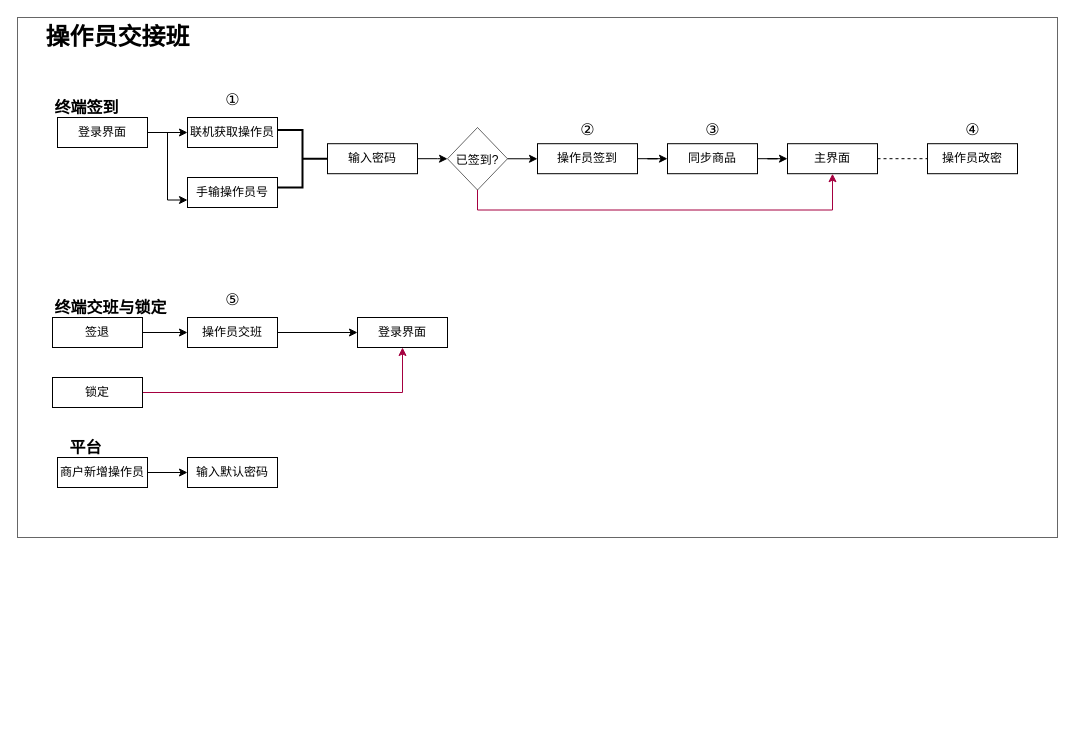
xin78693304/mycharts keeps this draw.io diagram as Untitled Diagram.drawio. Above is the earlier version. Source tidied: cells renumbered, new cells numbered last; positions are measured from the earlier drawing's top-left corner, leaving out a move shared by most shapes. Both pictures are drawn from the tidied source at 100%, with x=0, y=0 at pixel (17, 17).
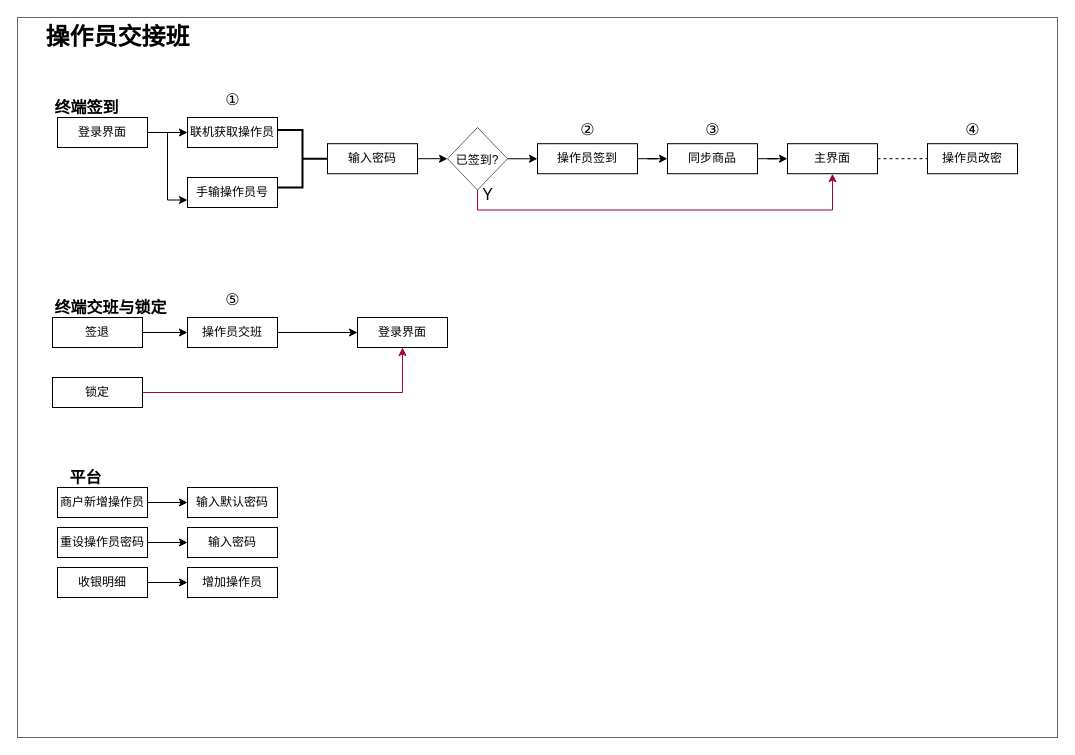
The same diagram, later.

Diff of the diagram source:
```diff
@@
     <mxCell id="2" style="rounded=0;whiteSpace=wrap;html=1;fillColor=none;opacity=60;glass=0;" parent="1" vertex="1">
-      <mxGeometry width="1040" height="520" as="geometry" />
+      <mxGeometry width="1040" height="720" as="geometry" />
     </mxCell>
@@
     <mxCell id="20" value="平台" style="text;strokeColor=none;fillColor=none;html=1;fontSize=16;fontStyle=1;verticalAlign=middle;align=center;" parent="1" vertex="1">
-      <mxGeometry x="35" y="420" width="65" height="20" as="geometry" />
+      <mxGeometry x="35" y="450" width="65" height="20" as="geometry" />
     </mxCell>
@@
     <mxCell id="22" value="商户新增操作员" style="rounded=0;whiteSpace=wrap;html=1;" parent="1" vertex="1">
-      <mxGeometry x="40" y="440" width="90" height="30" as="geometry" />
+      <mxGeometry x="40" y="470" width="90" height="30" as="geometry" />
     </mxCell>
     <mxCell id="23" value="输入默认密码" style="rounded=0;whiteSpace=wrap;html=1;" parent="1" vertex="1">
-      <mxGeometry x="170" y="440" width="90" height="30" as="geometry" />
+      <mxGeometry x="170" y="470" width="90" height="30" as="geometry" />
     </mxCell>
@@
+    <mxCell id="40" style="edgeStyle=orthogonalEdgeStyle;rounded=0;jettySize=auto;html=1;exitX=1;exitY=0.5;exitDx=0;exitDy=0;entryX=0;entryY=0.5;entryDx=0;entryDy=0;fontSize=16;" parent="1" edge="1" source="41" target="42">
+      <mxGeometry relative="1" as="geometry" />
+    </mxCell>
+    <mxCell id="41" value="重设操作员密码" style="rounded=0;whiteSpace=wrap;html=1;" parent="1" vertex="1">
+      <mxGeometry x="40" y="510" width="90" height="30" as="geometry" />
+    </mxCell>
+    <mxCell id="42" value="输入密码" style="rounded=0;whiteSpace=wrap;html=1;" parent="1" vertex="1">
+      <mxGeometry x="170" y="510" width="90" height="30" as="geometry" />
+    </mxCell>
+    <mxCell id="43" style="edgeStyle=orthogonalEdgeStyle;rounded=0;jettySize=auto;html=1;exitX=1;exitY=0.5;exitDx=0;exitDy=0;entryX=0;entryY=0.5;entryDx=0;entryDy=0;fontSize=16;" parent="1" edge="1" source="44" target="45">
+      <mxGeometry relative="1" as="geometry" />
+    </mxCell>
+    <mxCell id="44" value="收银明细" style="rounded=0;whiteSpace=wrap;html=1;" parent="1" vertex="1">
+      <mxGeometry x="40" y="550" width="90" height="30" as="geometry" />
+    </mxCell>
+    <mxCell id="45" value="增加操作员" style="rounded=0;whiteSpace=wrap;html=1;" parent="1" vertex="1">
+      <mxGeometry x="170" y="550" width="90" height="30" as="geometry" />
+    </mxCell>
+    <mxCell id="46" value="&lt;span style=&quot;font-weight: normal&quot;&gt;&lt;font style=&quot;font-size: 16px&quot;&gt;Y&lt;/font&gt;&lt;/span&gt;" style="text;strokeColor=none;fillColor=none;html=1;fontSize=24;fontStyle=1;verticalAlign=middle;align=center;" parent="1" vertex="1">
+      <mxGeometry x="460" y="165" width="20" height="20" as="geometry" />
+    </mxCell>
```
